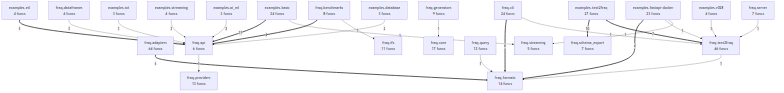
This is project/compact_flow.png from wronai/fraq, a Mermaid export, as it was before one commit. Its source is kept beside it as project/compact_flow.mmd.
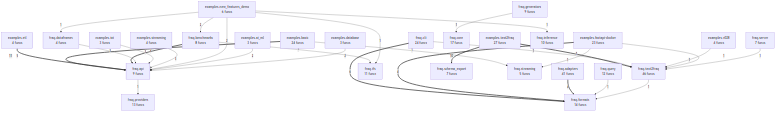
Later version of the same file.

What changed in the source:
```diff
@@ -5,11 +5,12 @@
     examples_etl["examples.etl<br/>4 funcs"]
     examples_fastapi_docker["examples.fastapi-docker<br/>23 funcs"]
     examples_iot["examples.iot<br/>3 funcs"]
+    examples_new_features_demo["examples.new_features_demo<br/>6 funcs"]
     examples_streaming["examples.streaming<br/>4 funcs"]
     examples_text2fraq["examples.text2fraq<br/>27 funcs"]
     examples_v028["examples.v028<br/>4 funcs"]
-    fraq_adapters["fraq.adapters<br/>64 funcs"]
-    fraq_api["fraq.api<br/>6 funcs"]
+    fraq_adapters["fraq.adapters<br/>41 funcs"]
+    fraq_api["fraq.api<br/>9 funcs"]
     fraq_benchmarks["fraq.benchmarks<br/>8 funcs"]
     fraq_cli["fraq.cli<br/>24 funcs"]
     fraq_core["fraq.core<br/>17 funcs"]
@@ -17,6 +18,7 @@
     fraq_formats["fraq.formats<br/>14 funcs"]
     fraq_generators["fraq.generators<br/>9 funcs"]
     fraq_ifs["fraq.ifs<br/>11 funcs"]
+    fraq_inference["fraq.inference<br/>10 funcs"]
     fraq_providers["fraq.providers<br/>13 funcs"]
     fraq_query["fraq.query<br/>12 funcs"]
     fraq_schema_export["fraq.schema_export<br/>7 funcs"]
@@ -27,13 +29,15 @@
     examples_text2fraq ==>|10| fraq_schema_export
     examples_text2fraq ==>|7| fraq_text2fraq
     fraq_cli ==>|6| fraq_formats
-    fraq_adapters ==>|6| fraq_formats
     examples_etl ==>|5| fraq_api
     fraq_benchmarks ==>|4| fraq_api
     examples_fastapi_docker ==>|4| fraq_formats
+    fraq_adapters ==>|4| fraq_formats
     fraq_dataframes -->|3| fraq_api
     examples_iot -->|3| fraq_api
     examples_streaming -->|3| fraq_api
+    examples_new_features_demo -->|2| fraq_api
+    examples_new_features_demo -->|2| fraq_benchmarks
     examples_ai_ml -->|2| fraq_api
     examples_database -->|2| fraq_api
     fraq_cli -->|1| fraq_text2fraq
@@ -41,6 +45,9 @@
     fraq_benchmarks -->|1| fraq_ifs
     fraq_generators -->|1| fraq_core
     fraq_query -->|1| fraq_formats
+    examples_new_features_demo -->|1| fraq_dataframes
+    examples_new_features_demo -->|1| fraq_ifs
+    examples_new_features_demo -->|1| fraq_inference
     examples_v028 -->|1| fraq_text2fraq
     examples_basic -->|1| fraq_streaming
     examples_fastapi_docker -->|1| fraq_text2fraq
```
